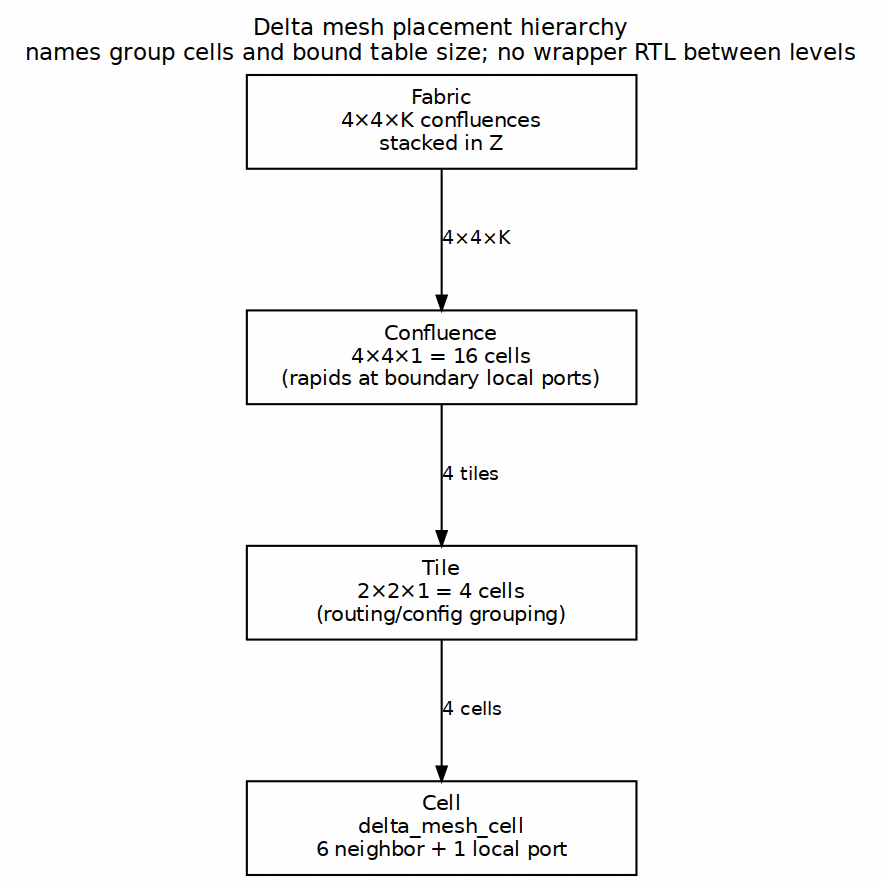
Earlier version of the Graphviz export projects/components/fabric-gen-ip/delta/docs/delta_has/assets/graphviz/delta_mesh_hierarchy.png (sean-galloway/RTLDesignSherpa). Its source is kept beside it as projects/components/fabric-gen-ip/delta/docs/delta_has/assets/graphviz/delta_mesh_hierarchy.dot.
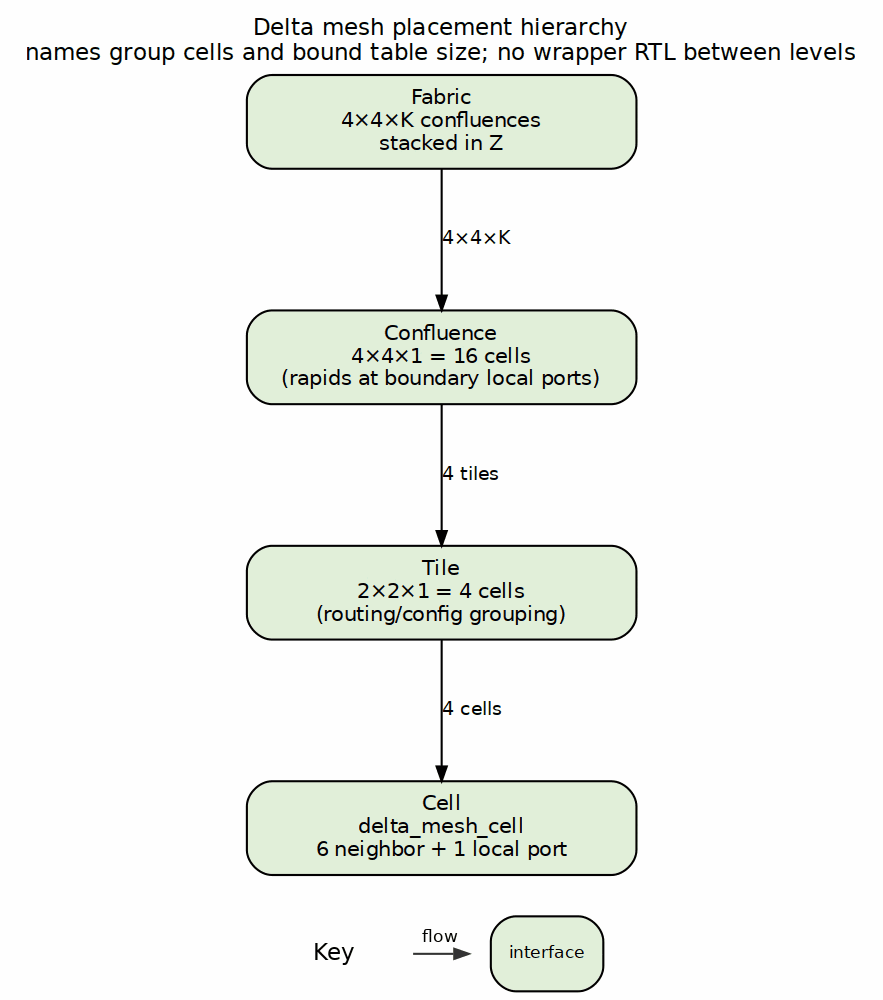
The same file after the commit.

The edit, as a diff of the source:
```diff
@@ -3,13 +3,13 @@
            nodesep="0.45", ranksep="0.80", splines=line, labelloc=t,
            label="Delta mesh placement hierarchy\nnames group cells and bound table size; no wrapper RTL between levels"];
     node  [fontname="Helvetica", fontsize=10, shape=box, style=filled,
-           fillcolor="#D6E4F0", color="black", margin="0.15,0.08"];
+           fillcolor="white", color="black", margin="0.15,0.08"];
     edge  [fontname="Helvetica", fontsize=9, color="black", arrowsize=0.7];
 
-    fabric [label="Fabric\n4×4×K confluences\nstacked in Z", fillcolor="white", width=2.6];
-    conf   [label="Confluence\n4×4×1 = 16 cells\n(rapids at boundary local ports)", fillcolor="white", width=2.6];
-    tile   [label="Tile\n2×2×1 = 4 cells\n(routing/config grouping)", fillcolor="white", width=2.6];
-    cell   [label="Cell\ndelta_mesh_cell\n6 neighbor + 1 local port", fillcolor="white", width=2.6];
+    fabric [label="Fabric\n4×4×K confluences\nstacked in Z", fillcolor="white", width=2.6, style="rounded,filled", fillcolor="#E2EFDA"];
+    conf   [label="Confluence\n4×4×1 = 16 cells\n(rapids at boundary local ports)", fillcolor="white", width=2.6, style="rounded,filled", fillcolor="#E2EFDA"];
+    tile   [label="Tile\n2×2×1 = 4 cells\n(routing/config grouping)", fillcolor="white", width=2.6, style="rounded,filled", fillcolor="#E2EFDA"];
+    cell   [label="Cell\ndelta_mesh_cell\n6 neighbor + 1 local port", fillcolor="white", width=2.6, style="rounded,filled", fillcolor="#E2EFDA"];
 
     fabric -> conf [label="4×4×K"];
     conf   -> tile [label="4 tiles"];
```
